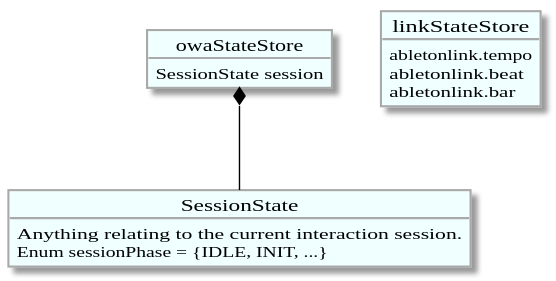
Before: docs/data_model.svg, a diagram exported from PlantUML (awakeningio/owa).
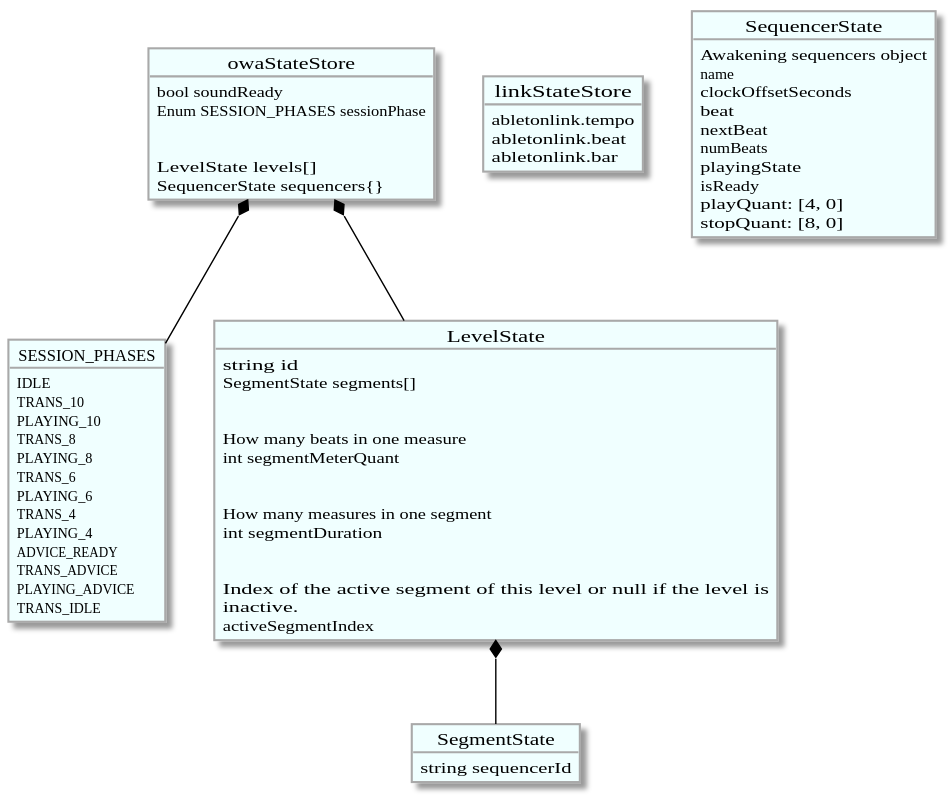
After the change.

What changed in the source:
```diff
@@ -41,19 +41,51 @@
 }
 
 object owaStateStore {
-  SessionState session
+  bool soundReady
+  Enum SESSION_PHASES sessionPhase
+  \n
+  LevelState levels[]
+  SequencerState sequencers{}
 }
 
-object SessionState {
-  Anything relating to the current interaction session.
+object SESSION_PHASES {
+IDLE
+TRANS_10
+PLAYING_10
+TRANS_8
+PLAYING_8
+TRANS_6
+PLAYING_6
+TRANS_4
+PLAYING_4
+ADVICE_READY
+TRANS_ADVICE
+PLAYING_ADVICE
+TRANS_IDLE
+}
 
-  Enum sessionPhase = {IDLE, INIT, ...}
+owaStateStore *-- SESSION_PHASES
+
+object LevelState {
+  string id
+  SegmentState segments[]
+  \n
+  How many beats in one measure
+  int segmentMeterQuant
+  \n
+  How many measures in one segment
+  int segmentDuration
+  \n
+  Index of the active segment of this level or null if the level is
+  inactive.
+  activeSegmentIndex
 }
-owaStateStore *-- SessionState
+owaStateStore *-- LevelState
 
-
-
-
+object SegmentState {
+  string sequencerId
+}
+LevelState *-- SegmentState
 
 object linkStateStore {
   abletonlink.tempo
@@ -61,5 +93,19 @@
   abletonlink.bar
 }
 
+object SequencerState {
+  Awakening sequencers object
+
+  name
+  clockOffsetSeconds
+  beat
+  nextBeat
+  numBeats
+  playingState
+  isReady
+  playQuant: [4, 0]
+  stopQuant: [8, 0]
+}
+
 
 @enduml
```
